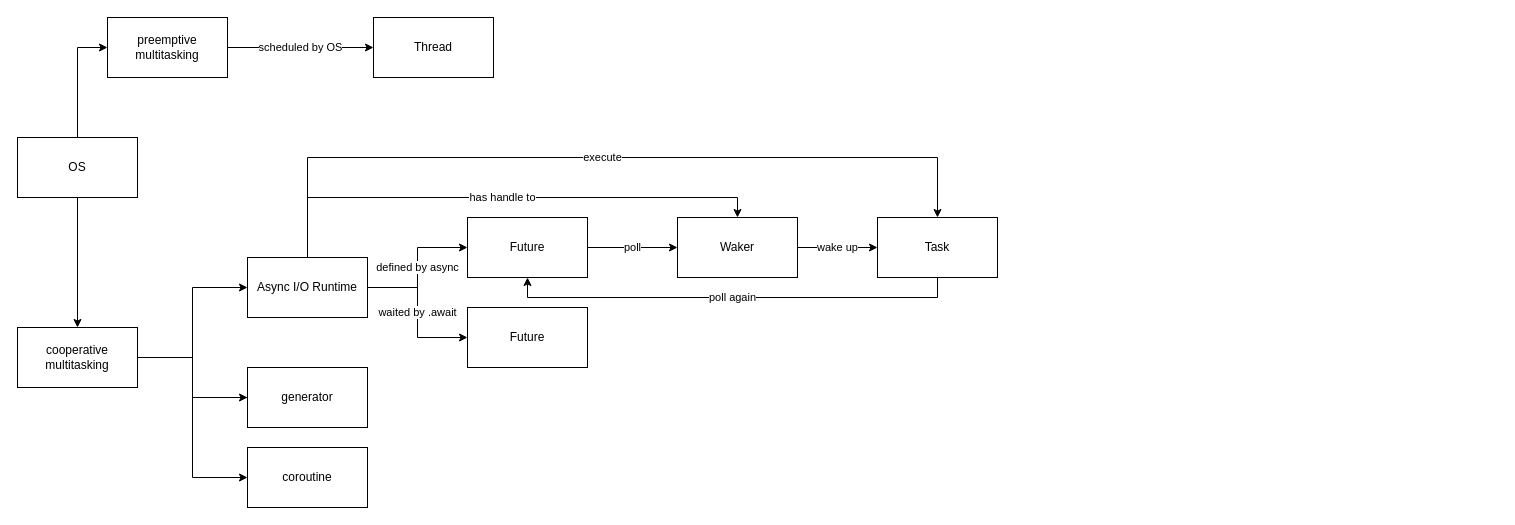
Above: page "Concurrency" (7 of 7) of advanced.drawio in gftea/rust_lang_notes (draw.io), before the change. Source tidied: cells renumbered, new cells numbered last; positions are measured from the earlier drawing's top-left corner, leaving out a move shared by most shapes. Both pictures are drawn from the tidied source at 100%, with x=0, y=0 at pixel (17, 17).
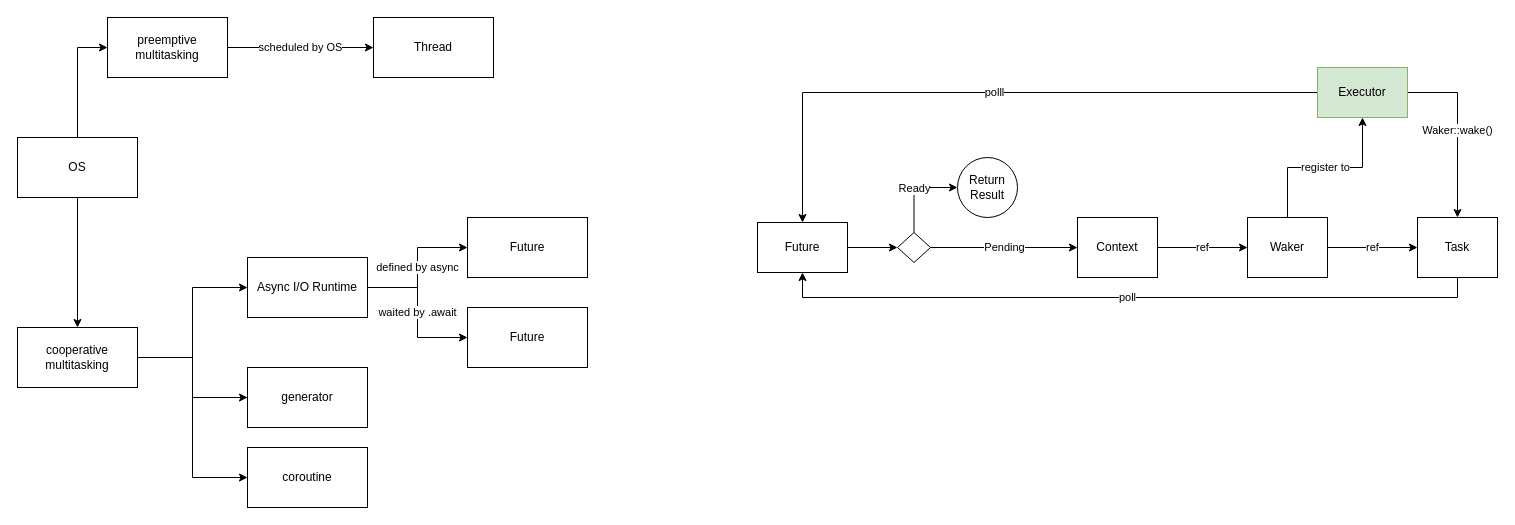
The same page after the edit.

The change refers to these unchanged cells:
```xml
<mxCell id="17" value="Async I/O Runtime" style="rounded=0;whiteSpace=wrap;html=1;" parent="1" vertex="1">
  <mxGeometry x="230" y="240" width="120" height="60" as="geometry" />
</mxCell>
```

Diff of the diagram source:
```diff
@@
-    <mxCell id="4" value="wake up" style="edgeStyle=orthogonalEdgeStyle;rounded=0;jettySize=auto;html=1;" parent="1" edge="1" source="5" target="26">
-      <mxGeometry relative="1" as="geometry" />
-    </mxCell>
-    <mxCell id="5" value="Waker" style="rounded=0;whiteSpace=wrap;html=1;" parent="1" vertex="1">
-      <mxGeometry x="660" y="200" width="120" height="60" as="geometry" />
-    </mxCell>
-    <mxCell id="6" value="poll" style="edgeStyle=orthogonalEdgeStyle;rounded=0;jettySize=auto;html=1;" parent="1" edge="1" source="7" target="5">
-      <mxGeometry relative="1" as="geometry" />
-    </mxCell>
+    <mxCell id="27" style="edgeStyle=orthogonalEdgeStyle;rounded=0;jettySize=auto;html=1;entryX=0;entryY=0.5;entryDx=0;entryDy=0;" parent="1" edge="1" source="7" target="33">
+      <mxGeometry relative="1" as="geometry" />
+    </mxCell>
     <mxCell id="7" value="Future" style="rounded=0;whiteSpace=wrap;html=1;" parent="1" vertex="1">
-      <mxGeometry x="450" y="200" width="120" height="60" as="geometry" />
+      <mxGeometry x="740" y="205" width="90" height="50" as="geometry" />
     </mxCell>
@@
-    <mxCell id="13" value="defined by async" style="edgeStyle=orthogonalEdgeStyle;rounded=0;jettySize=auto;html=1;entryX=0;entryY=0.5;entryDx=0;entryDy=0;" parent="1" edge="1" source="17" target="7">
+    <mxCell id="13" value="defined by async" style="edgeStyle=orthogonalEdgeStyle;rounded=0;jettySize=auto;html=1;entryX=0;entryY=0.5;entryDx=0;entryDy=0;" parent="1" edge="1" source="17" target="35">
       <mxGeometry relative="1" as="geometry" />
     </mxCell>
@@
-    <mxCell id="15" value="has handle to" style="edgeStyle=orthogonalEdgeStyle;rounded=0;jettySize=auto;html=1;entryX=0.5;entryY=0;entryDx=0;entryDy=0;exitX=0.5;exitY=0;exitDx=0;exitDy=0;" parent="1" edge="1" source="17" target="5">
-      <mxGeometry relative="1" as="geometry" />
-    </mxCell>
-    <mxCell id="16" value="execute" style="edgeStyle=orthogonalEdgeStyle;rounded=0;jettySize=auto;html=1;entryX=0.5;entryY=0;entryDx=0;entryDy=0;" parent="1" edge="1" source="17" target="26">
-      <mxGeometry relative="1" as="geometry">
-        <Array as="points">
-          <mxPoint x="290" y="140" />
-          <mxPoint x="920" y="140" />
-        </Array>
-      </mxGeometry>
-    </mxCell>
@@
-    <mxCell id="25" value="poll again" style="edgeStyle=orthogonalEdgeStyle;rounded=0;jettySize=auto;html=1;entryX=0.5;entryY=1;entryDx=0;entryDy=0;exitX=0.5;exitY=1;exitDx=0;exitDy=0;" parent="1" edge="1" source="26" target="7">
+    <mxCell id="25" value="poll" style="edgeStyle=orthogonalEdgeStyle;rounded=0;jettySize=auto;html=1;entryX=0.5;entryY=1;entryDx=0;entryDy=0;exitX=0.5;exitY=1;exitDx=0;exitDy=0;" parent="1" edge="1" source="26" target="7">
       <mxGeometry relative="1" as="geometry" />
     </mxCell>
+    <mxCell id="28" value="ref" style="edgeStyle=orthogonalEdgeStyle;rounded=0;jettySize=auto;html=1;" parent="1" edge="1" source="29" target="5">
+      <mxGeometry relative="1" as="geometry" />
+    </mxCell>
+    <mxCell id="29" value="Context" style="rounded=0;whiteSpace=wrap;html=1;" parent="1" vertex="1">
+      <mxGeometry x="1060" y="200" width="80" height="60" as="geometry" />
+    </mxCell>
+    <mxCell id="4" value="ref" style="edgeStyle=orthogonalEdgeStyle;rounded=0;jettySize=auto;html=1;" parent="1" edge="1" source="5" target="26">
+      <mxGeometry relative="1" as="geometry" />
+    </mxCell>
+    <mxCell id="30" value="register to" style="edgeStyle=orthogonalEdgeStyle;rounded=0;jettySize=auto;html=1;entryX=0.5;entryY=1;entryDx=0;entryDy=0;exitX=0.5;exitY=0;exitDx=0;exitDy=0;" parent="1" edge="1" source="5" target="38">
+      <mxGeometry relative="1" as="geometry" />
+    </mxCell>
+    <mxCell id="5" value="Waker" style="rounded=0;whiteSpace=wrap;html=1;" parent="1" vertex="1">
+      <mxGeometry x="1230" y="200" width="80" height="60" as="geometry" />
+    </mxCell>
     <mxCell id="26" value="Task" style="rounded=0;whiteSpace=wrap;html=1;" parent="1" vertex="1">
-      <mxGeometry x="860" y="200" width="120" height="60" as="geometry" />
+      <mxGeometry x="1400" y="200" width="80" height="60" as="geometry" />
     </mxCell>
+    <mxCell id="31" value="Pending" style="edgeStyle=orthogonalEdgeStyle;rounded=0;jettySize=auto;html=1;entryX=0;entryY=0.5;entryDx=0;entryDy=0;" parent="1" edge="1" source="33" target="29">
+      <mxGeometry relative="1" as="geometry" />
+    </mxCell>
+    <mxCell id="32" value="Ready" style="edgeStyle=orthogonalEdgeStyle;rounded=0;jettySize=auto;html=1;entryX=0;entryY=0.5;entryDx=0;entryDy=0;exitX=0.5;exitY=0;exitDx=0;exitDy=0;" parent="1" edge="1" source="33" target="34">
+      <mxGeometry relative="1" as="geometry" />
+    </mxCell>
+    <mxCell id="33" style="rhombus;whiteSpace=wrap;html=1;" parent="1" vertex="1">
+      <mxGeometry x="880" y="215" width="33" height="30" as="geometry" />
+    </mxCell>
+    <mxCell id="34" value="Return Result" style="ellipse;whiteSpace=wrap;html=1;" parent="1" vertex="1">
+      <mxGeometry x="940" y="140" width="60" height="60" as="geometry" />
+    </mxCell>
+    <mxCell id="35" value="Future" style="rounded=0;whiteSpace=wrap;html=1;" parent="1" vertex="1">
+      <mxGeometry x="450" y="200" width="120" height="60" as="geometry" />
+    </mxCell>
+    <mxCell id="36" value="Waker::wake()" style="edgeStyle=orthogonalEdgeStyle;rounded=0;jettySize=auto;html=1;entryX=0.5;entryY=0;entryDx=0;entryDy=0;" parent="1" edge="1" source="38" target="26">
+      <mxGeometry relative="1" as="geometry" />
+    </mxCell>
+    <mxCell id="37" value="polll" style="edgeStyle=orthogonalEdgeStyle;rounded=0;jettySize=auto;html=1;entryX=0.5;entryY=0;entryDx=0;entryDy=0;" parent="1" edge="1" source="38" target="7">
+      <mxGeometry relative="1" as="geometry" />
+    </mxCell>
+    <mxCell id="38" value="Executor" style="rounded=0;whiteSpace=wrap;html=1;fillColor=#d5e8d4;strokeColor=#82b366;" parent="1" vertex="1">
+      <mxGeometry x="1300" y="50" width="90" height="50" as="geometry" />
+    </mxCell>
```
